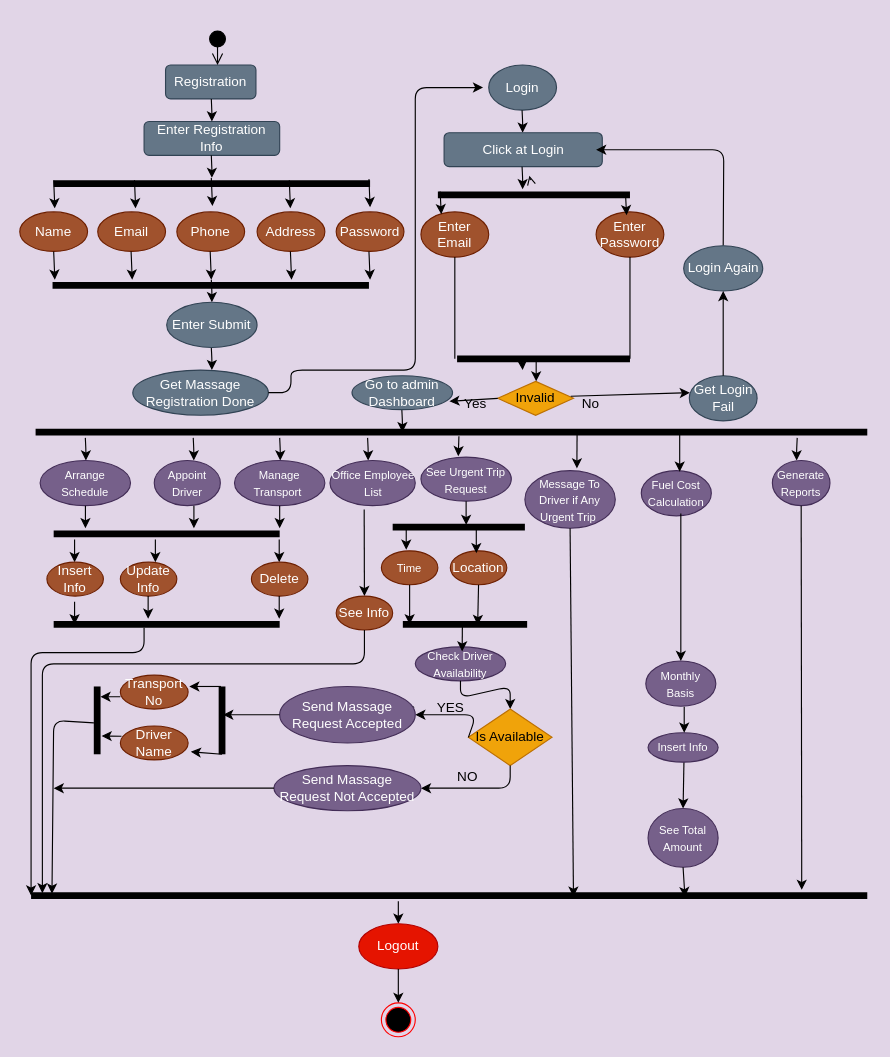
The draw.io diagram database/Activity Diagram Admin.drawio in SHIMAISRAFIL/Transport-Schedule, before the edit. Source tidied: cells renumbered, new cells numbered last; positions are measured from the earlier drawing's top-left corner, leaving out a move shared by most shapes. Both pictures are drawn from the tidied source at 113%, with x=0, y=0 at pixel (19, 29).
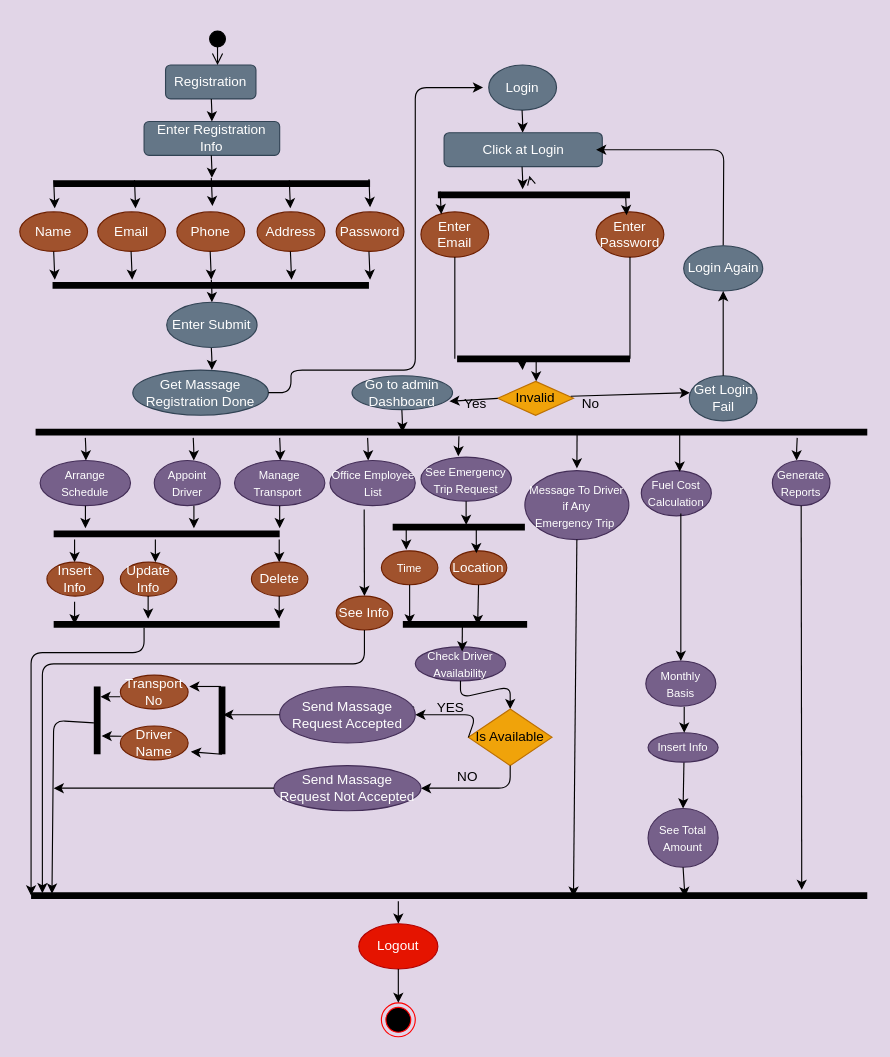
After the change.

The edit, as a diff of the source:
```diff
@@
-    <mxCell id="14" value="&lt;font style=&quot;font-size: 10px&quot;&gt;See Urgent Trip Request&lt;/font&gt;" style="ellipse;whiteSpace=wrap;html=1;strokeColor=#432D57;fillColor=#76608a;fontColor=#ffffff;" parent="1" vertex="1">
+    <mxCell id="14" value="&lt;font style=&quot;font-size: 10px&quot;&gt;See Emergency Trip Request&lt;/font&gt;" style="ellipse;whiteSpace=wrap;html=1;strokeColor=#432D57;fillColor=#76608a;fontColor=#ffffff;" parent="1" vertex="1">
       <mxGeometry x="355" y="378" width="80" height="39" as="geometry" />
     </mxCell>
@@
-    <mxCell id="129" value="&lt;font style=&quot;font-size: 10px&quot;&gt;Message To Driver if Any Urgent Trip&amp;nbsp;&lt;/font&gt;" style="ellipse;whiteSpace=wrap;html=1;strokeColor=#432D57;fillColor=#76608a;fontColor=#ffffff;" parent="1" vertex="1">
-      <mxGeometry x="447" y="390" width="80" height="51" as="geometry" />
+    <mxCell id="129" value="&lt;font style=&quot;font-size: 10px&quot;&gt;Message To Driver if Any Emergency&amp;nbsp;Trip&amp;nbsp;&lt;/font&gt;" style="ellipse;whiteSpace=wrap;html=1;strokeColor=#432D57;fillColor=#76608a;fontColor=#ffffff;" parent="1" vertex="1">
+      <mxGeometry x="447" y="390" width="92" height="61" as="geometry" />
     </mxCell>
```
